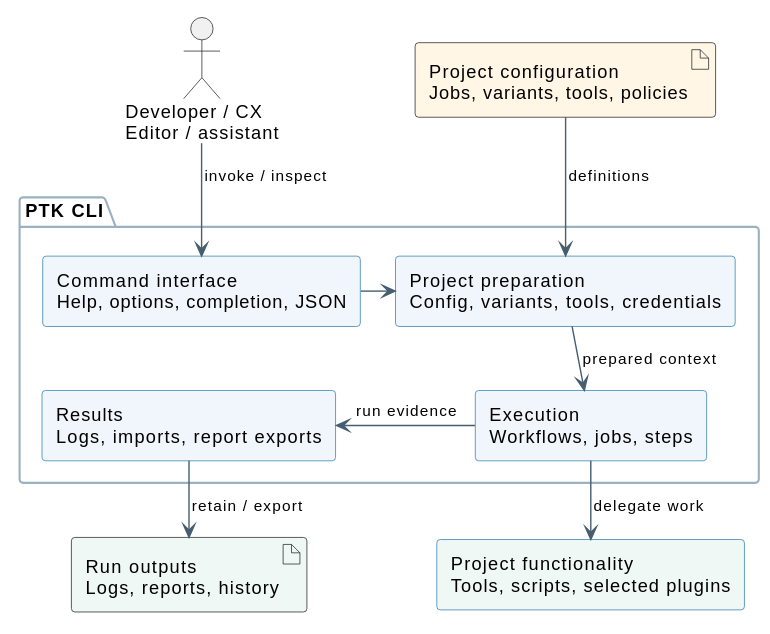
Earlier version of the PlantUML export docs/_static/diagrams/system-context.svg (eadeva/dummy). The source it was exported from:
```plantuml
@startuml
!pragma layout smetana
skinparam backgroundColor transparent
skinparam shadowing false
skinparam defaultFontName SansSerif
skinparam defaultFontSize 13
skinparam ArrowColor #465E70
skinparam ArrowFontSize 11
skinparam componentStyle rectangle
skinparam componentBackgroundColor #F0F6FB
skinparam componentBorderColor #2478AD
skinparam packageBackgroundColor #FFFFFF
skinparam packageBorderColor #9BB1C0
skinparam nodesep 25
skinparam ranksep 30
hide stereotype

top to bottom direction
actor "Developer / CX\nEditor / assistant" as Client
artifact "Project configuration\nJobs, variants, tools, policies" as Config #FFF6E6
package "PTK CLI" {
  component "Command interface\nHelp, options, completion, JSON" as CLI
  component "Project preparation\nConfig, variants, tools, credentials" as Prepare
  component "Execution\nWorkflows, jobs, steps" as Execute
  component "Results\nLogs, imports, report exports" as Results
  CLI -right-> Prepare
  Prepare -down-> Execute : prepared context
  Execute -left-> Results : run evidence
}
component "Project functionality\nTools, scripts, selected plugins" as Work #EFF8F5
artifact "Run outputs\nLogs, reports, history" as Outputs #EFF8F5
Client -down-> CLI : invoke / inspect
Config -down-> Prepare : definitions
Execute -down-> Work : delegate work
Results -down-> Outputs : retain / export
@enduml
```
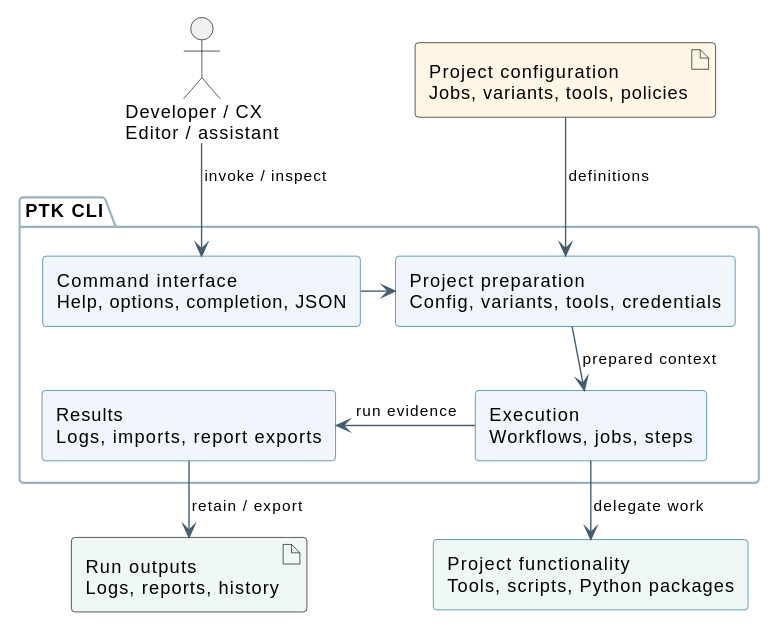
Later version of the same file.

Change to the diagram source:
```diff
@@ -27,7 +27,7 @@
   Prepare -down-> Execute : prepared context
   Execute -left-> Results : run evidence
 }
-component "Project functionality\nTools, scripts, selected plugins" as Work #EFF8F5
+component "Project functionality\nTools, scripts, Python packages" as Work #EFF8F5
 artifact "Run outputs\nLogs, reports, history" as Outputs #EFF8F5
 Client -down-> CLI : invoke / inspect
 Config -down-> Prepare : definitions
```
